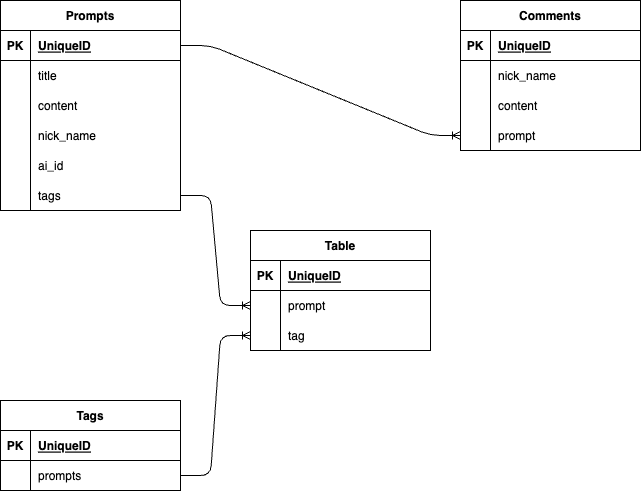
Before: data_base_setting.drawio.png, a diagram exported from draw.io (Takenoko463/prompter). Source tidied: cells renumbered, new cells last; positions are measured from the earlier drawing's top-left corner, leaving out a move shared by most shapes.
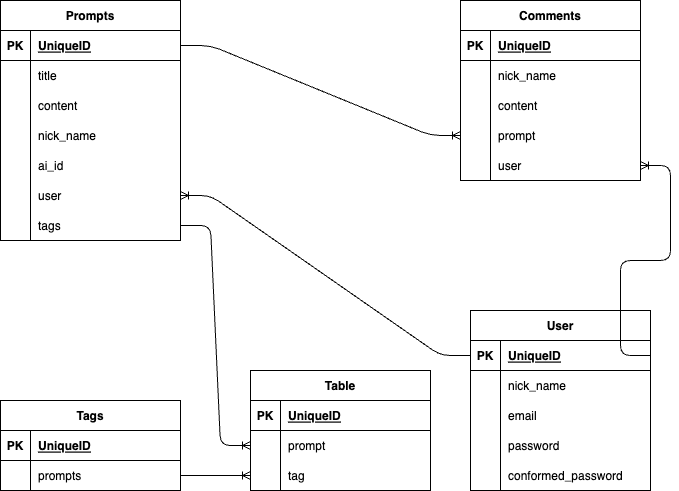
Later version of the same file.

What changed in the source:
```diff
@@ -3,7 +3,7 @@
     <mxCell id="0" />
     <mxCell id="1" parent="0" />
     <mxCell id="2" value="Prompts" style="shape=table;startSize=30;rowLines=0;fontStyle=1;align=center;" parent="1" vertex="1">
-      <mxGeometry width="180" height="210" as="geometry" />
+      <mxGeometry width="180" height="240" as="geometry" />
     </mxCell>
     <mxCell id="3" style="shape=tableRow;horizontal=0;startSize=0;swimlaneHead=0;swimlaneBody=0;fillColor=none;points=[[0,0.5],[1,0.5]];portConstraint=eastwest;top=0;left=0;right=0;bottom=1;" parent="2" vertex="1">
       <mxGeometry y="30" width="180" height="30" as="geometry" />
@@ -50,8 +50,17 @@
     <mxCell id="17" value="ai_id" style="shape=partialRectangle;fillColor=none;top=0;left=0;bottom=0;right=0;align=left;spacingLeft=6;overflow=hidden;" parent="15" vertex="1">
       <mxGeometry x="30" width="150" height="30" as="geometry" />
     </mxCell>
+    <mxCell id="54" style="shape=tableRow;horizontal=0;startSize=0;swimlaneHead=0;swimlaneBody=0;fillColor=none;points=[[0,0.5],[1,0.5]];portConstraint=eastwest;top=0;left=0;right=0;bottom=0;" parent="2" vertex="1">
+      <mxGeometry y="180" width="180" height="30" as="geometry" />
+    </mxCell>
+    <mxCell id="55" style="shape=partialRectangle;fillColor=none;top=0;left=0;bottom=0;right=0;overflow=hidden;" parent="54" vertex="1">
+      <mxGeometry width="30" height="30" as="geometry" />
+    </mxCell>
+    <mxCell id="56" value="user" style="shape=partialRectangle;fillColor=none;top=0;left=0;bottom=0;right=0;align=left;spacingLeft=6;overflow=hidden;" parent="54" vertex="1">
+      <mxGeometry x="30" width="150" height="30" as="geometry" />
+    </mxCell>
     <mxCell id="18" style="shape=tableRow;horizontal=0;startSize=0;swimlaneHead=0;swimlaneBody=0;fillColor=none;points=[[0,0.5],[1,0.5]];portConstraint=eastwest;top=0;left=0;right=0;bottom=0;" parent="2" vertex="1">
-      <mxGeometry y="180" width="180" height="30" as="geometry" />
+      <mxGeometry y="210" width="180" height="30" as="geometry" />
     </mxCell>
     <mxCell id="19" style="shape=partialRectangle;fillColor=none;top=0;left=0;bottom=0;right=0;overflow=hidden;" parent="18" vertex="1">
       <mxGeometry width="30" height="30" as="geometry" />
@@ -60,7 +69,7 @@
       <mxGeometry x="30" width="150" height="30" as="geometry" />
     </mxCell>
     <mxCell id="21" value="Comments" style="shape=table;startSize=30;rowLines=0;fontStyle=1;align=center;" parent="1" vertex="1">
-      <mxGeometry x="460" width="180" height="150" as="geometry" />
+      <mxGeometry x="460" width="180" height="180" as="geometry" />
     </mxCell>
     <mxCell id="22" style="shape=tableRow;horizontal=0;startSize=0;swimlaneHead=0;swimlaneBody=0;fillColor=none;top=0;left=0;right=0;bottom=1;" parent="21" vertex="1">
       <mxGeometry y="30" width="180" height="30" as="geometry" />
@@ -98,6 +107,15 @@
     <mxCell id="33" value="prompt" style="shape=partialRectangle;fillColor=none;top=0;left=0;bottom=0;right=0;align=left;spacingLeft=6;overflow=hidden;" parent="31" vertex="1">
       <mxGeometry x="30" width="150" height="30" as="geometry" />
     </mxCell>
+    <mxCell id="57" style="shape=tableRow;horizontal=0;startSize=0;swimlaneHead=0;swimlaneBody=0;fillColor=none;points=[[0,0.5],[1,0.5]];portConstraint=eastwest;top=0;left=0;right=0;bottom=0;" parent="21" vertex="1">
+      <mxGeometry y="150" width="180" height="30" as="geometry" />
+    </mxCell>
+    <mxCell id="58" style="shape=partialRectangle;fillColor=none;top=0;left=0;bottom=0;right=0;overflow=hidden;" parent="57" vertex="1">
+      <mxGeometry width="30" height="30" as="geometry" />
+    </mxCell>
+    <mxCell id="59" value="user" style="shape=partialRectangle;fillColor=none;top=0;left=0;bottom=0;right=0;align=left;spacingLeft=6;overflow=hidden;" parent="57" vertex="1">
+      <mxGeometry x="30" width="150" height="30" as="geometry" />
+    </mxCell>
     <mxCell id="34" value="Tags" style="shape=table;startSize=30;rowLines=0;fontStyle=1;align=center;" parent="1" vertex="1">
       <mxGeometry y="400" width="180" height="90" as="geometry" />
     </mxCell>
@@ -120,7 +138,7 @@
       <mxGeometry x="30" width="150" height="30" as="geometry" />
     </mxCell>
     <mxCell id="41" value="Table" style="shape=table;startSize=30;rowLines=0;fontStyle=1;align=center;" parent="1" vertex="1">
-      <mxGeometry x="250" y="230" width="180" height="120" as="geometry" />
+      <mxGeometry x="250" y="370" width="180" height="120" as="geometry" />
     </mxCell>
     <mxCell id="42" style="shape=tableRow;horizontal=0;startSize=0;swimlaneHead=0;swimlaneBody=0;fillColor=none;top=0;left=0;right=0;bottom=1;" parent="41" vertex="1">
       <mxGeometry y="30" width="180" height="30" as="geometry" />
@@ -158,5 +176,59 @@
     <mxCell id="53" style="edgeStyle=entityRelationEdgeStyle;fontSize=12;html=1;endArrow=ERoneToMany;entryX=0;entryY=0.5;entryDx=0;entryDy=0;" parent="1" edge="1" source="3" target="31">
       <mxGeometry relative="1" as="geometry" />
     </mxCell>
+    <mxCell id="60" value="User" style="shape=table;startSize=30;rowLines=0;fontStyle=1;align=center;" parent="1" vertex="1">
+      <mxGeometry x="470" y="310" width="180" height="180" as="geometry" />
+    </mxCell>
+    <mxCell id="61" style="shape=tableRow;horizontal=0;startSize=0;swimlaneHead=0;swimlaneBody=0;fillColor=none;points=[[0,0.5],[1,0.5]];portConstraint=eastwest;top=0;left=0;right=0;bottom=1;" parent="60" vertex="1">
+      <mxGeometry y="30" width="180" height="30" as="geometry" />
+    </mxCell>
+    <mxCell id="62" value="PK" style="shape=partialRectangle;fillColor=none;top=0;left=0;bottom=0;right=0;fontStyle=1;overflow=hidden;" parent="61" vertex="1">
+      <mxGeometry width="30" height="30" as="geometry" />
+    </mxCell>
+    <mxCell id="63" value="UniqueID" style="shape=partialRectangle;fillColor=none;top=0;left=0;bottom=0;right=0;align=left;spacingLeft=6;fontStyle=5;overflow=hidden;" parent="61" vertex="1">
+      <mxGeometry x="30" width="150" height="30" as="geometry" />
+    </mxCell>
+    <mxCell id="64" style="shape=tableRow;horizontal=0;startSize=0;swimlaneHead=0;swimlaneBody=0;fillColor=none;top=0;left=0;right=0;bottom=0;" parent="60" vertex="1">
+      <mxGeometry y="60" width="180" height="30" as="geometry" />
+    </mxCell>
+    <mxCell id="65" style="shape=partialRectangle;fillColor=none;top=0;left=0;bottom=0;right=0;overflow=hidden;" parent="64" vertex="1">
+      <mxGeometry width="30" height="30" as="geometry" />
+    </mxCell>
+    <mxCell id="66" value="nick_name" style="shape=partialRectangle;fillColor=none;top=0;left=0;bottom=0;right=0;align=left;spacingLeft=6;overflow=hidden;" parent="64" vertex="1">
+      <mxGeometry x="30" width="150" height="30" as="geometry" />
+    </mxCell>
+    <mxCell id="67" style="shape=tableRow;horizontal=0;startSize=0;swimlaneHead=0;swimlaneBody=0;fillColor=none;top=0;left=0;right=0;bottom=0;" parent="60" vertex="1">
+      <mxGeometry y="90" width="180" height="30" as="geometry" />
+    </mxCell>
+    <mxCell id="68" style="shape=partialRectangle;fillColor=none;top=0;left=0;bottom=0;right=0;overflow=hidden;" parent="67" vertex="1">
+      <mxGeometry width="30" height="30" as="geometry" />
+    </mxCell>
+    <mxCell id="69" value="email" style="shape=partialRectangle;fillColor=none;top=0;left=0;bottom=0;right=0;align=left;spacingLeft=6;overflow=hidden;" parent="67" vertex="1">
+      <mxGeometry x="30" width="150" height="30" as="geometry" />
+    </mxCell>
+    <mxCell id="70" style="shape=tableRow;horizontal=0;startSize=0;swimlaneHead=0;swimlaneBody=0;fillColor=none;top=0;left=0;right=0;bottom=0;" parent="60" vertex="1">
+      <mxGeometry y="120" width="180" height="30" as="geometry" />
+    </mxCell>
+    <mxCell id="71" style="shape=partialRectangle;fillColor=none;top=0;left=0;bottom=0;right=0;overflow=hidden;" parent="70" vertex="1">
+      <mxGeometry width="30" height="30" as="geometry" />
+    </mxCell>
+    <mxCell id="72" value="password" style="shape=partialRectangle;fillColor=none;top=0;left=0;bottom=0;right=0;align=left;spacingLeft=6;overflow=hidden;" parent="70" vertex="1">
+      <mxGeometry x="30" width="150" height="30" as="geometry" />
+    </mxCell>
+    <mxCell id="73" style="shape=tableRow;horizontal=0;startSize=0;swimlaneHead=0;swimlaneBody=0;fillColor=none;top=0;left=0;right=0;bottom=0;" parent="60" vertex="1">
+      <mxGeometry y="150" width="180" height="30" as="geometry" />
+    </mxCell>
+    <mxCell id="74" style="shape=partialRectangle;fillColor=none;top=0;left=0;bottom=0;right=0;overflow=hidden;" parent="73" vertex="1">
+      <mxGeometry width="30" height="30" as="geometry" />
+    </mxCell>
+    <mxCell id="75" value="conformed_password" style="shape=partialRectangle;fillColor=none;top=0;left=0;bottom=0;right=0;align=left;spacingLeft=6;overflow=hidden;" parent="73" vertex="1">
+      <mxGeometry x="30" width="150" height="30" as="geometry" />
+    </mxCell>
+    <mxCell id="76" style="edgeStyle=entityRelationEdgeStyle;fontSize=12;html=1;endArrow=ERoneToMany;" parent="1" edge="1" source="61" target="54">
+      <mxGeometry relative="1" as="geometry" />
+    </mxCell>
+    <mxCell id="77" style="edgeStyle=entityRelationEdgeStyle;fontSize=12;html=1;endArrow=ERoneToMany;exitX=1;exitY=0.5;exitDx=0;exitDy=0;" parent="1" edge="1" source="61" target="57">
+      <mxGeometry relative="1" as="geometry" />
+    </mxCell>
   </root>
 </mxGraphModel>
```
